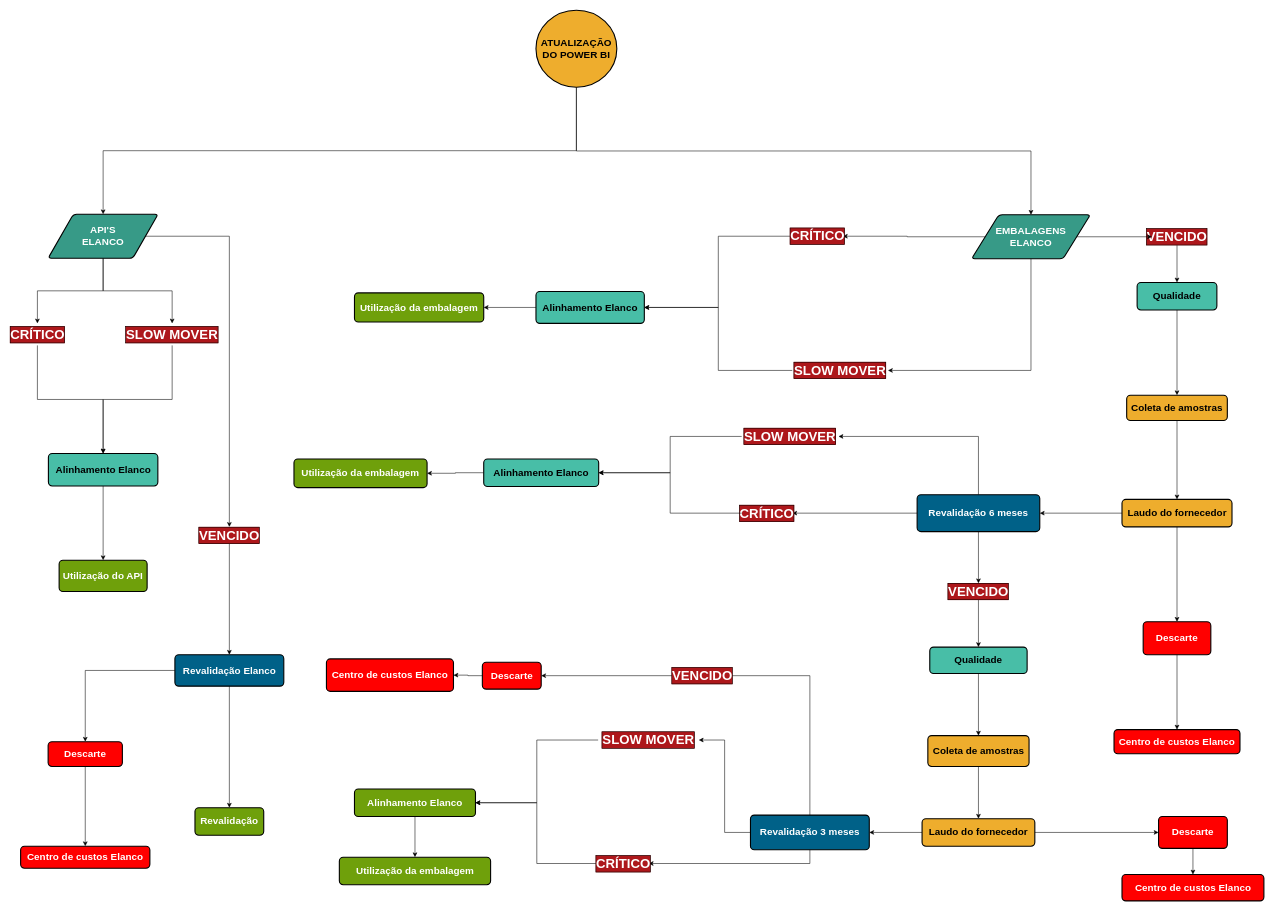
The draw.io diagram page "Elanco" (5 of 5) of Untitled Diagram.drawio in geovanafsantos/ascoisatudo, before the edit. Source tidied: cells renumbered, new cells numbered last; positions are measured from the earlier drawing's top-left corner, leaving out a move shared by most shapes. Both pictures are drawn from the tidied source at 55%, with x=0, y=0 at pixel (12, 10).
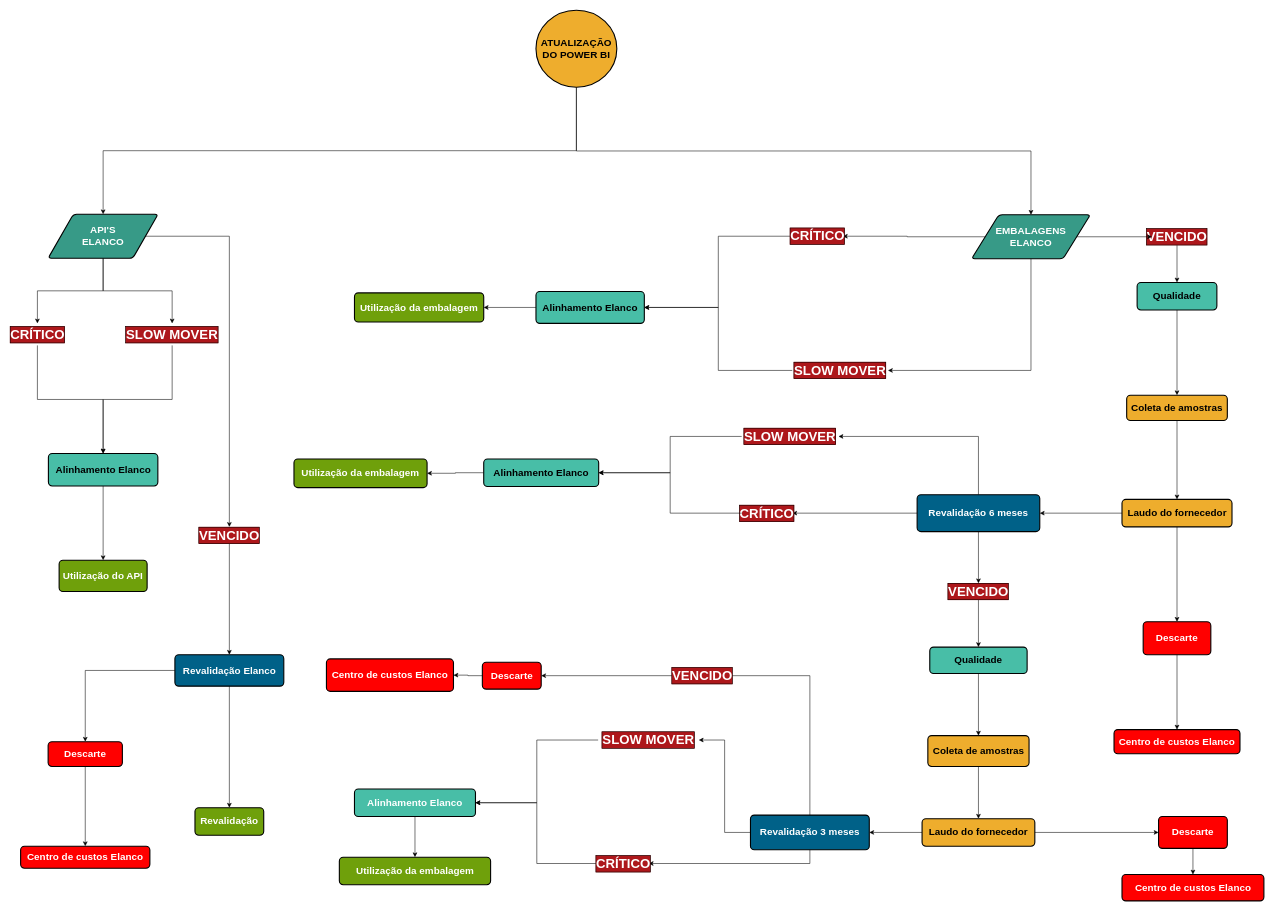
Above is the later version.

What changed in the source:
```diff
@@
-    <mxCell id="75" value="&lt;font style=&quot;font-size: 18px;&quot;&gt;Alinhamento Elanco&lt;/font&gt;" style="rounded=1;whiteSpace=wrap;html=1;absoluteArcSize=1;arcSize=14;strokeWidth=2;labelBackgroundColor=none;fontSize=18;fillColor=#6FA00B;fontStyle=1;fontColor=#FFFFFF;" parent="1" vertex="1">
+    <mxCell id="75" value="&lt;font style=&quot;font-size: 18px;&quot;&gt;Alinhamento Elanco&lt;/font&gt;" style="rounded=1;whiteSpace=wrap;html=1;absoluteArcSize=1;arcSize=14;strokeWidth=2;labelBackgroundColor=none;fontSize=18;fillColor=#48BEA7;fontStyle=1;fontColor=#FFFFFF;" parent="1" vertex="1">
       <mxGeometry x="622" y="1416" width="220" height="50" as="geometry" />
     </mxCell>
```
